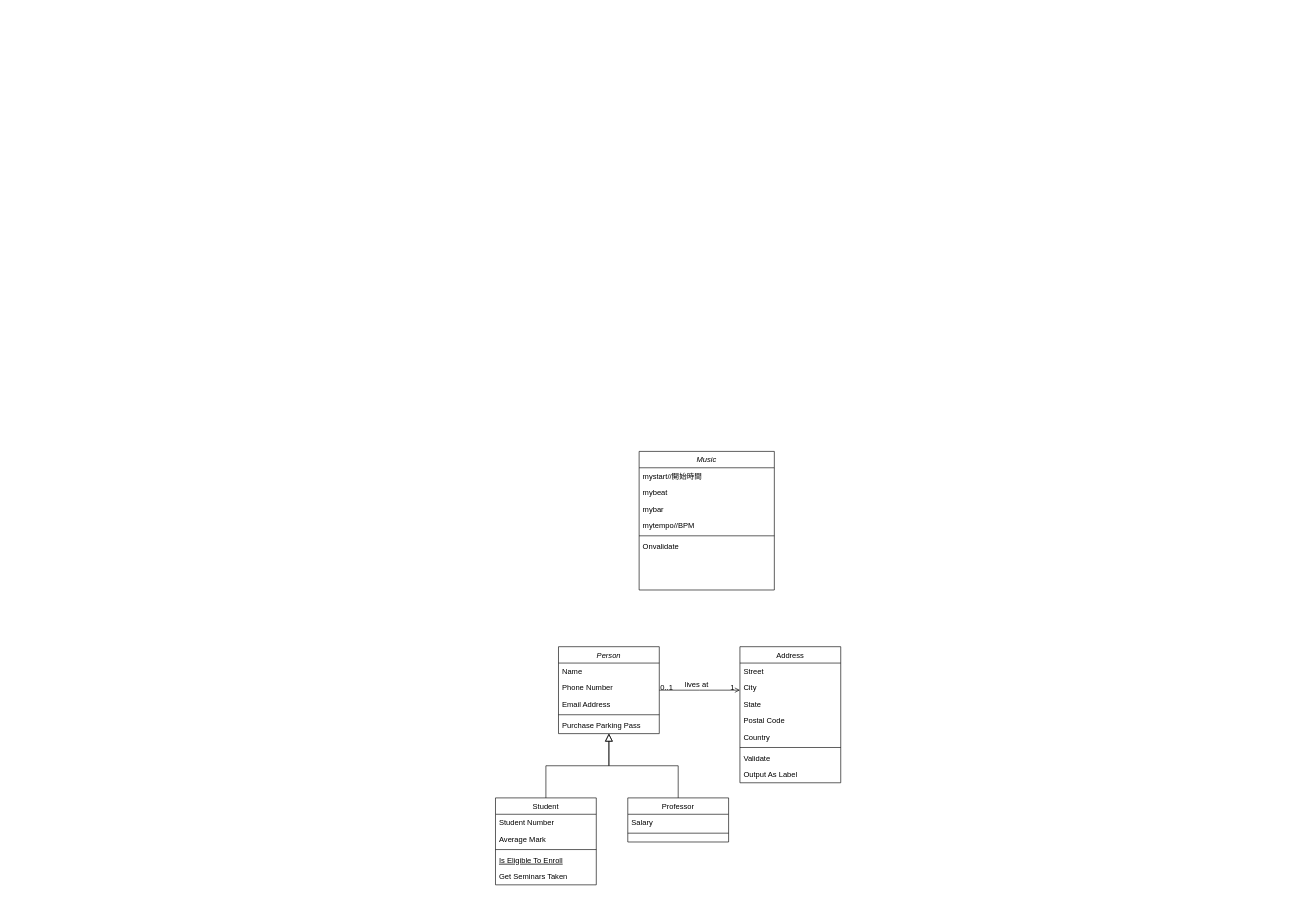
N18035/Sotsuken6 keeps this draw.io diagram as Untitled Diagram.drawio. Above is the earlier version. Source tidied: cells renumbered, new cells numbered last; positions are measured from the earlier drawing's top-left corner, leaving out a move shared by most shapes. Both pictures are drawn from the tidied source at 63%, with x=0, y=0 at pixel (495, 451).
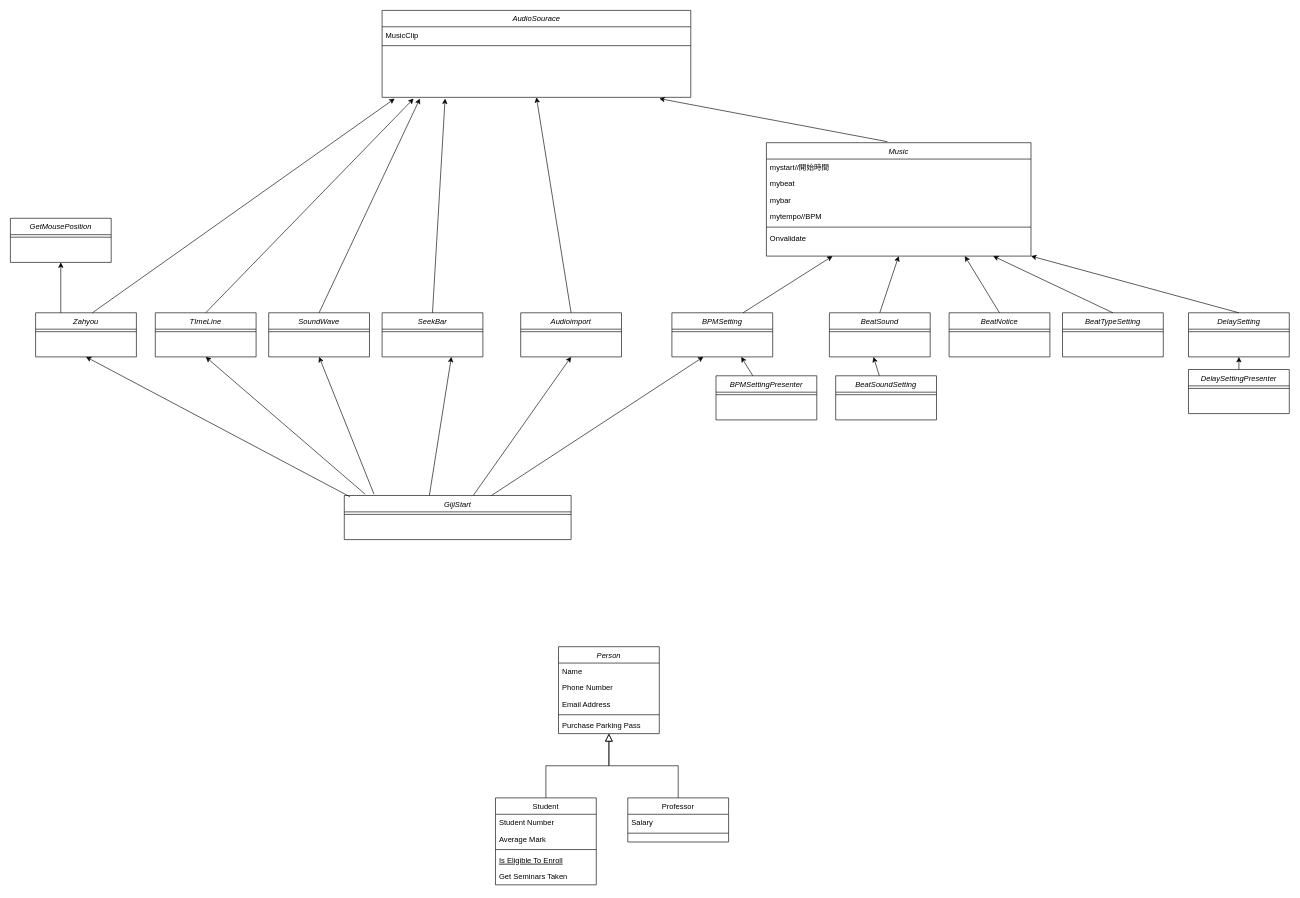
The same page after the edit.

Unchanged cells that the change refers to:
```xml
<mxCell id="2" value="Person" style="swimlane;fontStyle=2;align=center;verticalAlign=top;horizontal=1;startSize=26;rounded=0;shadow=0;strokeWidth=1;" parent="1" vertex="1">
  <mxGeometry x="100" y="310" width="160" height="138" as="geometry" />
</mxCell>
```

Change to the diagram source:
```diff
@@
-    <mxCell id="19" value="Address" style="swimlane;fontStyle=0;align=center;verticalAlign=top;horizontal=1;startSize=26;rounded=0;shadow=0;strokeWidth=1;" parent="1" vertex="1">
-      <mxGeometry x="388" y="310" width="160" height="216" as="geometry" />
-    </mxCell>
-    <mxCell id="20" value="Street" style="text;align=left;verticalAlign=top;spacingLeft=4;spacingRight=4;overflow=hidden;" parent="19" vertex="1">
-      <mxGeometry y="26" width="160" height="26" as="geometry" />
-    </mxCell>
-    <mxCell id="21" value="City" style="text;align=left;verticalAlign=top;spacingLeft=4;spacingRight=4;overflow=hidden;rounded=0;shadow=0;html=0;" parent="19" vertex="1">
-      <mxGeometry y="52" width="160" height="26" as="geometry" />
-    </mxCell>
-    <mxCell id="22" value="State" style="text;align=left;verticalAlign=top;spacingLeft=4;spacingRight=4;overflow=hidden;rounded=0;shadow=0;html=0;" parent="19" vertex="1">
-      <mxGeometry y="78" width="160" height="26" as="geometry" />
-    </mxCell>
-    <mxCell id="23" value="Postal Code" style="text;align=left;verticalAlign=top;spacingLeft=4;spacingRight=4;overflow=hidden;rounded=0;shadow=0;html=0;" parent="19" vertex="1">
-      <mxGeometry y="104" width="160" height="26" as="geometry" />
-    </mxCell>
-    <mxCell id="24" value="Country" style="text;align=left;verticalAlign=top;spacingLeft=4;spacingRight=4;overflow=hidden;rounded=0;shadow=0;html=0;" parent="19" vertex="1">
-      <mxGeometry y="130" width="160" height="26" as="geometry" />
-    </mxCell>
-    <mxCell id="25" style="line;html=1;strokeWidth=1;align=left;verticalAlign=middle;spacingTop=-1;spacingLeft=3;spacingRight=3;labelPosition=right;" parent="19" vertex="1">
-      <mxGeometry y="156" width="160" height="8" as="geometry" />
-    </mxCell>
-    <mxCell id="26" value="Validate" style="text;align=left;verticalAlign=top;spacingLeft=4;spacingRight=4;overflow=hidden;" parent="19" vertex="1">
-      <mxGeometry y="164" width="160" height="26" as="geometry" />
-    </mxCell>
-    <mxCell id="27" value="Output As Label" style="text;align=left;verticalAlign=top;spacingLeft=4;spacingRight=4;overflow=hidden;" parent="19" vertex="1">
-      <mxGeometry y="190" width="160" height="26" as="geometry" />
-    </mxCell>
-    <mxCell id="28" style="endArrow=open;shadow=0;strokeWidth=1;rounded=0;endFill=1;edgeStyle=elbowEdgeStyle;elbow=vertical;" parent="1" edge="1" source="2" target="19">
-      <mxGeometry x="0.5" y="41" relative="1" as="geometry">
-        <mxPoint x="-40" y="32" as="offset" />
-      </mxGeometry>
-    </mxCell>
-    <mxCell id="29" value="0..1" style="align=left;verticalAlign=bottom;labelBackgroundColor=none;fontSize=12;" parent="28" vertex="1">
-      <mxGeometry x="-1" relative="1" as="geometry">
-        <mxPoint y="4" as="offset" />
-      </mxGeometry>
-    </mxCell>
-    <mxCell id="30" value="1" style="align=right;verticalAlign=bottom;labelBackgroundColor=none;fontSize=12;" parent="28" vertex="1">
-      <mxGeometry x="1" relative="1" as="geometry">
-        <mxPoint x="-7" y="4" as="offset" />
-      </mxGeometry>
-    </mxCell>
-    <mxCell id="31" value="lives at" style="text;html=1;align=center;verticalAlign=middle;labelBackgroundColor=none;rounded=0;shadow=0;strokeWidth=1;fontSize=12;" parent="28" vertex="1">
-      <mxGeometry x="0.5" y="49" relative="1" as="geometry">
-        <mxPoint x="-38" y="40" as="offset" />
-      </mxGeometry>
-    </mxCell>
     <mxCell id="32" value="Music" style="swimlane;fontStyle=2;align=center;verticalAlign=top;horizontal=1;startSize=26;rounded=0;shadow=0;strokeWidth=1;" parent="1" vertex="1">
-      <mxGeometry x="228" width="214.6" height="220" as="geometry" />
+      <mxGeometry x="430" y="-490" width="420" height="180" as="geometry" />
     </mxCell>
     <mxCell id="33" value="mystart//開始時間" style="text;align=left;verticalAlign=top;spacingLeft=4;spacingRight=4;overflow=hidden;" parent="32" vertex="1">
-      <mxGeometry y="26" width="214.6" height="26" as="geometry" />
+      <mxGeometry y="26" width="420" height="26" as="geometry" />
     </mxCell>
     <mxCell id="34" value="mybeat" style="text;align=left;verticalAlign=top;spacingLeft=4;spacingRight=4;overflow=hidden;" parent="32" vertex="1">
-      <mxGeometry y="52" width="214.6" height="26" as="geometry" />
+      <mxGeometry y="52" width="420" height="26" as="geometry" />
     </mxCell>
     <mxCell id="35" value="mybar" style="text;align=left;verticalAlign=top;spacingLeft=4;spacingRight=4;overflow=hidden;rounded=0;shadow=0;html=0;" parent="32" vertex="1">
-      <mxGeometry y="78" width="214.6" height="26" as="geometry" />
+      <mxGeometry y="78" width="420" height="26" as="geometry" />
     </mxCell>
     <mxCell id="36" value="mytempo//BPM" style="text;align=left;verticalAlign=top;spacingLeft=4;spacingRight=4;overflow=hidden;rounded=0;shadow=0;html=0;" parent="32" vertex="1">
-      <mxGeometry y="104" width="214.6" height="26" as="geometry" />
+      <mxGeometry y="104" width="420" height="26" as="geometry" />
     </mxCell>
     <mxCell id="37" style="line;html=1;strokeWidth=1;align=left;verticalAlign=middle;spacingTop=-1;spacingLeft=3;spacingRight=3;labelPosition=right;" parent="32" vertex="1">
-      <mxGeometry y="130" width="214.6" height="8" as="geometry" />
+      <mxGeometry y="130" width="420" height="8" as="geometry" />
     </mxCell>
     <mxCell id="38" value="Onvalidate" style="text;align=left;verticalAlign=top;spacingLeft=4;spacingRight=4;overflow=hidden;" parent="32" vertex="1">
-      <mxGeometry y="138" width="214.6" height="26" as="geometry" />
+      <mxGeometry y="138" width="420" height="26" as="geometry" />
     </mxCell>
+    <mxCell id="39" value="AudioSourace" style="swimlane;fontStyle=2;align=center;verticalAlign=top;horizontal=1;startSize=26;rounded=0;shadow=0;strokeWidth=1;" parent="1" vertex="1">
+      <mxGeometry x="-180" y="-700" width="490" height="138" as="geometry" />
+    </mxCell>
+    <mxCell id="40" value="MusicClip" style="text;align=left;verticalAlign=top;spacingLeft=4;spacingRight=4;overflow=hidden;" parent="39" vertex="1">
+      <mxGeometry y="26" width="490" height="26" as="geometry" />
+    </mxCell>
+    <mxCell id="41" style="line;html=1;strokeWidth=1;align=left;verticalAlign=middle;spacingTop=-1;spacingLeft=3;spacingRight=3;labelPosition=right;" parent="39" vertex="1">
+      <mxGeometry y="52" width="490" height="8" as="geometry" />
+    </mxCell>
+    <mxCell id="42" style="endArrow=classic;html=1;rounded=0;exitX=0.457;exitY=-0.009;exitDx=0;exitDy=0;exitPerimeter=0;" parent="1" edge="1" source="32">
+      <mxGeometry relative="1" as="geometry">
+        <mxPoint x="260" y="-560" as="targetPoint" />
+      </mxGeometry>
+    </mxCell>
+    <mxCell id="43" value="Audioimport" style="swimlane;fontStyle=2;align=center;verticalAlign=top;horizontal=1;startSize=26;rounded=0;shadow=0;strokeWidth=1;" parent="1" vertex="1">
+      <mxGeometry x="40" y="-220" width="160" height="70" as="geometry" />
+    </mxCell>
+    <mxCell id="44" style="line;html=1;strokeWidth=1;align=left;verticalAlign=middle;spacingTop=-1;spacingLeft=3;spacingRight=3;labelPosition=right;" parent="43" vertex="1">
+      <mxGeometry y="26" width="160" height="8" as="geometry" />
+    </mxCell>
+    <mxCell id="45" style="endArrow=classic;html=1;rounded=0;exitX=0.5;exitY=0;exitDx=0;exitDy=0;entryX=0.5;entryY=1;entryDx=0;entryDy=0;" parent="1" edge="1" source="43" target="39">
+      <mxGeometry relative="1" as="geometry" />
+    </mxCell>
+    <mxCell id="46" value="GijiStart" style="swimlane;fontStyle=2;align=center;verticalAlign=top;horizontal=1;startSize=26;rounded=0;shadow=0;strokeWidth=1;" parent="1" vertex="1">
+      <mxGeometry x="-240" y="70" width="360" height="70" as="geometry" />
+    </mxCell>
+    <mxCell id="47" style="line;html=1;strokeWidth=1;align=left;verticalAlign=middle;spacingTop=-1;spacingLeft=3;spacingRight=3;labelPosition=right;" parent="46" vertex="1">
+      <mxGeometry y="26" width="360" height="8" as="geometry" />
+    </mxCell>
+    <mxCell id="48" style="endArrow=classic;html=1;rounded=0;entryX=0.5;entryY=1;entryDx=0;entryDy=0;" parent="1" edge="1" source="46" target="43">
+      <mxGeometry relative="1" as="geometry" />
+    </mxCell>
+    <mxCell id="49" value="BPMSetting" style="swimlane;fontStyle=2;align=center;verticalAlign=top;horizontal=1;startSize=26;rounded=0;shadow=0;strokeWidth=1;" parent="1" vertex="1">
+      <mxGeometry x="280" y="-220" width="160" height="70" as="geometry" />
+    </mxCell>
+    <mxCell id="50" style="line;html=1;strokeWidth=1;align=left;verticalAlign=middle;spacingTop=-1;spacingLeft=3;spacingRight=3;labelPosition=right;" parent="49" vertex="1">
+      <mxGeometry y="26" width="160" height="8" as="geometry" />
+    </mxCell>
+    <mxCell id="51" style="endArrow=classic;html=1;rounded=0;exitX=0.706;exitY=0;exitDx=0;exitDy=0;exitPerimeter=0;entryX=0.25;entryY=1;entryDx=0;entryDy=0;" parent="1" edge="1" source="49" target="32">
+      <mxGeometry relative="1" as="geometry" />
+    </mxCell>
+    <mxCell id="52" value="BPMSettingPresenter" style="swimlane;fontStyle=2;align=center;verticalAlign=top;horizontal=1;startSize=26;rounded=0;shadow=0;strokeWidth=1;" parent="1" vertex="1">
+      <mxGeometry x="350" y="-120" width="160" height="70" as="geometry" />
+    </mxCell>
+    <mxCell id="53" style="line;html=1;strokeWidth=1;align=left;verticalAlign=middle;spacingTop=-1;spacingLeft=3;spacingRight=3;labelPosition=right;" parent="52" vertex="1">
+      <mxGeometry y="26" width="160" height="8" as="geometry" />
+    </mxCell>
+    <mxCell id="54" style="endArrow=classic;html=1;rounded=0;" parent="1" edge="1" source="52">
+      <mxGeometry relative="1" as="geometry">
+        <mxPoint x="390" y="-150" as="targetPoint" />
+      </mxGeometry>
+    </mxCell>
+    <mxCell id="55" style="endArrow=classic;html=1;rounded=0;" parent="1" edge="1" source="46">
+      <mxGeometry relative="1" as="geometry">
+        <mxPoint x="330" y="-150" as="targetPoint" />
+      </mxGeometry>
+    </mxCell>
+    <mxCell id="56" value="BeatSound" style="swimlane;fontStyle=2;align=center;verticalAlign=top;horizontal=1;startSize=26;rounded=0;shadow=0;strokeWidth=1;" parent="1" vertex="1">
+      <mxGeometry x="530" y="-220" width="160" height="70" as="geometry" />
+    </mxCell>
+    <mxCell id="57" style="line;html=1;strokeWidth=1;align=left;verticalAlign=middle;spacingTop=-1;spacingLeft=3;spacingRight=3;labelPosition=right;" parent="56" vertex="1">
+      <mxGeometry y="26" width="160" height="8" as="geometry" />
+    </mxCell>
+    <mxCell id="58" value="BeatSoundSetting" style="swimlane;fontStyle=2;align=center;verticalAlign=top;horizontal=1;startSize=26;rounded=0;shadow=0;strokeWidth=1;" parent="1" vertex="1">
+      <mxGeometry x="540" y="-120" width="160" height="70" as="geometry" />
+    </mxCell>
+    <mxCell id="59" style="line;html=1;strokeWidth=1;align=left;verticalAlign=middle;spacingTop=-1;spacingLeft=3;spacingRight=3;labelPosition=right;" parent="58" vertex="1">
+      <mxGeometry y="26" width="160" height="8" as="geometry" />
+    </mxCell>
+    <mxCell id="60" style="endArrow=classic;html=1;rounded=0;" parent="1" edge="1" source="58">
+      <mxGeometry relative="1" as="geometry">
+        <mxPoint x="600" y="-150" as="targetPoint" />
+      </mxGeometry>
+    </mxCell>
+    <mxCell id="61" style="endArrow=classic;html=1;rounded=0;exitX=0.5;exitY=0;exitDx=0;exitDy=0;entryX=0.5;entryY=1;entryDx=0;entryDy=0;" parent="1" edge="1" source="56" target="32">
+      <mxGeometry relative="1" as="geometry" />
+    </mxCell>
+    <mxCell id="62" value="BeatNotice" style="swimlane;fontStyle=2;align=center;verticalAlign=top;horizontal=1;startSize=26;rounded=0;shadow=0;strokeWidth=1;" parent="1" vertex="1">
+      <mxGeometry x="720" y="-220" width="160" height="70" as="geometry" />
+    </mxCell>
+    <mxCell id="63" style="line;html=1;strokeWidth=1;align=left;verticalAlign=middle;spacingTop=-1;spacingLeft=3;spacingRight=3;labelPosition=right;" parent="62" vertex="1">
+      <mxGeometry y="26" width="160" height="8" as="geometry" />
+    </mxCell>
+    <mxCell id="64" style="endArrow=classic;html=1;rounded=0;exitX=0.5;exitY=0;exitDx=0;exitDy=0;entryX=0.75;entryY=1;entryDx=0;entryDy=0;" parent="1" edge="1" source="62" target="32">
+      <mxGeometry relative="1" as="geometry" />
+    </mxCell>
+    <mxCell id="65" value="BeatTypeSetting" style="swimlane;fontStyle=2;align=center;verticalAlign=top;horizontal=1;startSize=26;rounded=0;shadow=0;strokeWidth=1;" parent="1" vertex="1">
+      <mxGeometry x="900" y="-220" width="160" height="70" as="geometry" />
+    </mxCell>
+    <mxCell id="66" style="line;html=1;strokeWidth=1;align=left;verticalAlign=middle;spacingTop=-1;spacingLeft=3;spacingRight=3;labelPosition=right;" parent="65" vertex="1">
+      <mxGeometry y="26" width="160" height="8" as="geometry" />
+    </mxCell>
+    <mxCell id="67" style="endArrow=classic;html=1;rounded=0;exitX=0.5;exitY=0;exitDx=0;exitDy=0;" parent="1" edge="1" source="65">
+      <mxGeometry relative="1" as="geometry">
+        <mxPoint x="790" y="-310" as="targetPoint" />
+      </mxGeometry>
+    </mxCell>
+    <mxCell id="68" value="DelaySetting" style="swimlane;fontStyle=2;align=center;verticalAlign=top;horizontal=1;startSize=26;rounded=0;shadow=0;strokeWidth=1;" parent="1" vertex="1">
+      <mxGeometry x="1100" y="-220" width="160" height="70" as="geometry" />
+    </mxCell>
+    <mxCell id="69" style="line;html=1;strokeWidth=1;align=left;verticalAlign=middle;spacingTop=-1;spacingLeft=3;spacingRight=3;labelPosition=right;" parent="68" vertex="1">
+      <mxGeometry y="26" width="160" height="8" as="geometry" />
+    </mxCell>
+    <mxCell id="70" value="DelaySettingPresenter" style="swimlane;fontStyle=2;align=center;verticalAlign=top;horizontal=1;startSize=26;rounded=0;shadow=0;strokeWidth=1;" parent="1" vertex="1">
+      <mxGeometry x="1100" y="-130" width="160" height="70" as="geometry" />
+    </mxCell>
+    <mxCell id="71" style="line;html=1;strokeWidth=1;align=left;verticalAlign=middle;spacingTop=-1;spacingLeft=3;spacingRight=3;labelPosition=right;" parent="70" vertex="1">
+      <mxGeometry y="26" width="160" height="8" as="geometry" />
+    </mxCell>
+    <mxCell id="72" style="endArrow=classic;html=1;rounded=0;entryX=0.5;entryY=1;entryDx=0;entryDy=0;" parent="1" edge="1" source="70" target="68">
+      <mxGeometry relative="1" as="geometry" />
+    </mxCell>
+    <mxCell id="73" style="endArrow=classic;html=1;rounded=0;exitX=0.5;exitY=0;exitDx=0;exitDy=0;entryX=1;entryY=1;entryDx=0;entryDy=0;" parent="1" edge="1" source="68" target="32">
+      <mxGeometry relative="1" as="geometry" />
+    </mxCell>
+    <mxCell id="74" value="SeekBar" style="swimlane;fontStyle=2;align=center;verticalAlign=top;horizontal=1;startSize=26;rounded=0;shadow=0;strokeWidth=1;" parent="1" vertex="1">
+      <mxGeometry x="-180" y="-220" width="160" height="70" as="geometry" />
+    </mxCell>
+    <mxCell id="75" style="line;html=1;strokeWidth=1;align=left;verticalAlign=middle;spacingTop=-1;spacingLeft=3;spacingRight=3;labelPosition=right;" parent="74" vertex="1">
+      <mxGeometry y="26" width="160" height="8" as="geometry" />
+    </mxCell>
+    <mxCell id="76" style="endArrow=classic;html=1;rounded=0;exitX=0.5;exitY=0;exitDx=0;exitDy=0;" parent="1" edge="1" source="74">
+      <mxGeometry relative="1" as="geometry">
+        <mxPoint x="-80" y="-560" as="targetPoint" />
+      </mxGeometry>
+    </mxCell>
+    <mxCell id="77" style="endArrow=classic;html=1;rounded=0;exitX=0.375;exitY=0;exitDx=0;exitDy=0;exitPerimeter=0;" parent="1" edge="1" source="46">
+      <mxGeometry relative="1" as="geometry">
+        <mxPoint x="-70" y="-150" as="targetPoint" />
+      </mxGeometry>
+    </mxCell>
+    <mxCell id="78" value="SoundWave" style="swimlane;fontStyle=2;align=center;verticalAlign=top;horizontal=1;startSize=26;rounded=0;shadow=0;strokeWidth=1;" parent="1" vertex="1">
+      <mxGeometry x="-360" y="-220" width="160" height="70" as="geometry" />
+    </mxCell>
+    <mxCell id="79" style="line;html=1;strokeWidth=1;align=left;verticalAlign=middle;spacingTop=-1;spacingLeft=3;spacingRight=3;labelPosition=right;" parent="78" vertex="1">
+      <mxGeometry y="26" width="160" height="8" as="geometry" />
+    </mxCell>
+    <mxCell id="80" style="endArrow=classic;html=1;rounded=0;exitX=0.5;exitY=0;exitDx=0;exitDy=0;" parent="1" edge="1" source="78">
+      <mxGeometry relative="1" as="geometry">
+        <mxPoint x="-120" y="-560" as="targetPoint" />
+      </mxGeometry>
+    </mxCell>
+    <mxCell id="81" style="endArrow=classic;html=1;rounded=0;entryX=0.5;entryY=1;entryDx=0;entryDy=0;exitX=0.131;exitY=-0.029;exitDx=0;exitDy=0;exitPerimeter=0;" parent="1" edge="1" source="46" target="78">
+      <mxGeometry relative="1" as="geometry" />
+    </mxCell>
+    <mxCell id="82" value="TImeLine" style="swimlane;fontStyle=2;align=center;verticalAlign=top;horizontal=1;startSize=26;rounded=0;shadow=0;strokeWidth=1;" parent="1" vertex="1">
+      <mxGeometry x="-540" y="-220" width="160" height="70" as="geometry" />
+    </mxCell>
+    <mxCell id="83" style="line;html=1;strokeWidth=1;align=left;verticalAlign=middle;spacingTop=-1;spacingLeft=3;spacingRight=3;labelPosition=right;" parent="82" vertex="1">
+      <mxGeometry y="26" width="160" height="8" as="geometry" />
+    </mxCell>
+    <mxCell id="84" style="endArrow=classic;html=1;rounded=0;exitX=0.5;exitY=0;exitDx=0;exitDy=0;" parent="1" edge="1" source="82">
+      <mxGeometry relative="1" as="geometry">
+        <mxPoint x="-130" y="-560" as="targetPoint" />
+      </mxGeometry>
+    </mxCell>
+    <mxCell id="85" style="endArrow=classic;html=1;rounded=0;entryX=0.5;entryY=1;entryDx=0;entryDy=0;exitX=0.092;exitY=-0.029;exitDx=0;exitDy=0;exitPerimeter=0;" parent="1" edge="1" source="46" target="82">
+      <mxGeometry relative="1" as="geometry" />
+    </mxCell>
+    <mxCell id="86" value="Zahyou" style="swimlane;fontStyle=2;align=center;verticalAlign=top;horizontal=1;startSize=26;rounded=0;shadow=0;strokeWidth=1;" parent="1" vertex="1">
+      <mxGeometry x="-730" y="-220" width="160" height="70" as="geometry" />
+    </mxCell>
+    <mxCell id="87" style="line;html=1;strokeWidth=1;align=left;verticalAlign=middle;spacingTop=-1;spacingLeft=3;spacingRight=3;labelPosition=right;" parent="86" vertex="1">
+      <mxGeometry y="26" width="160" height="8" as="geometry" />
+    </mxCell>
+    <mxCell id="88" style="endArrow=classic;html=1;rounded=0;exitX=0.563;exitY=0;exitDx=0;exitDy=0;exitPerimeter=0;" parent="1" edge="1" source="86">
+      <mxGeometry relative="1" as="geometry">
+        <mxPoint x="-160" y="-560" as="targetPoint" />
+      </mxGeometry>
+    </mxCell>
+    <mxCell id="89" style="endArrow=classic;html=1;rounded=0;entryX=0.5;entryY=1;entryDx=0;entryDy=0;exitX=0.025;exitY=0.029;exitDx=0;exitDy=0;exitPerimeter=0;" parent="1" edge="1" source="46" target="86">
+      <mxGeometry relative="1" as="geometry" />
+    </mxCell>
+    <mxCell id="90" value="GetMousePosition&#10;" style="swimlane;fontStyle=2;align=center;verticalAlign=top;horizontal=1;startSize=26;rounded=0;shadow=0;strokeWidth=1;" parent="1" vertex="1">
+      <mxGeometry x="-770" y="-370" width="160" height="70" as="geometry" />
+    </mxCell>
+    <mxCell id="91" style="line;html=1;strokeWidth=1;align=left;verticalAlign=middle;spacingTop=-1;spacingLeft=3;spacingRight=3;labelPosition=right;" parent="90" vertex="1">
+      <mxGeometry y="26" width="160" height="8" as="geometry" />
+    </mxCell>
+    <mxCell id="92" style="endArrow=classic;html=1;rounded=0;exitX=0.25;exitY=0;exitDx=0;exitDy=0;entryX=0.5;entryY=1;entryDx=0;entryDy=0;" parent="1" edge="1" source="86" target="90">
+      <mxGeometry relative="1" as="geometry" />
+    </mxCell>
```
